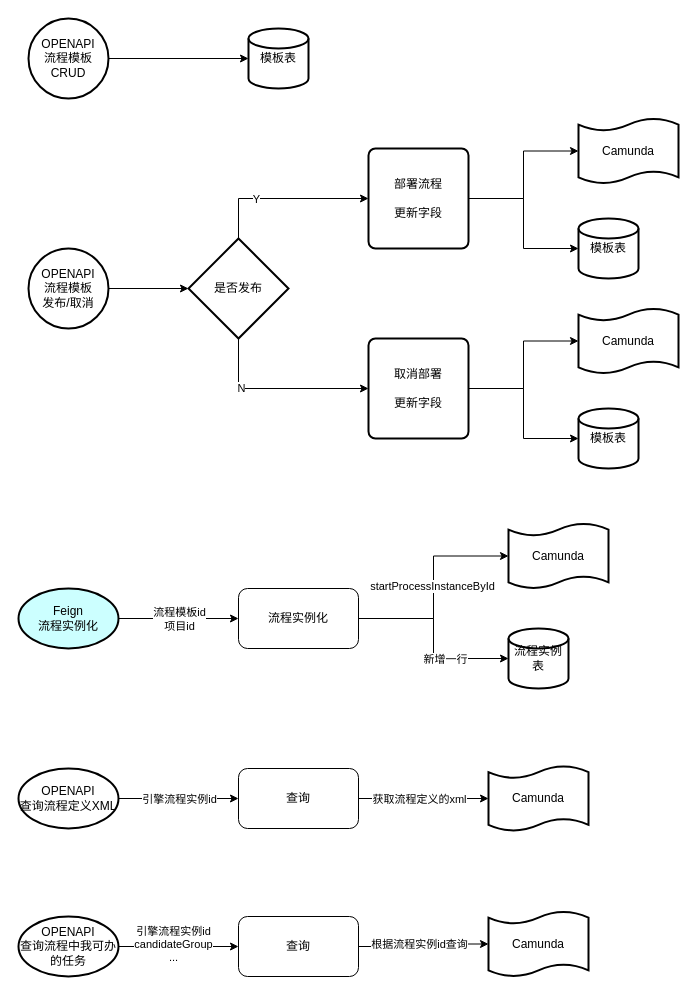
icodegarden/drawio keeps this draw.io diagram as geely/ssp/ssp-workflow/流程模板.drawio. Above is the earlier version. Source tidied: cells renumbered, new cells numbered last; positions are measured from the earlier drawing's top-left corner, leaving out a move shared by most shapes. Both pictures are drawn from the tidied source at 100%, with x=0, y=0 at pixel (18, 18).
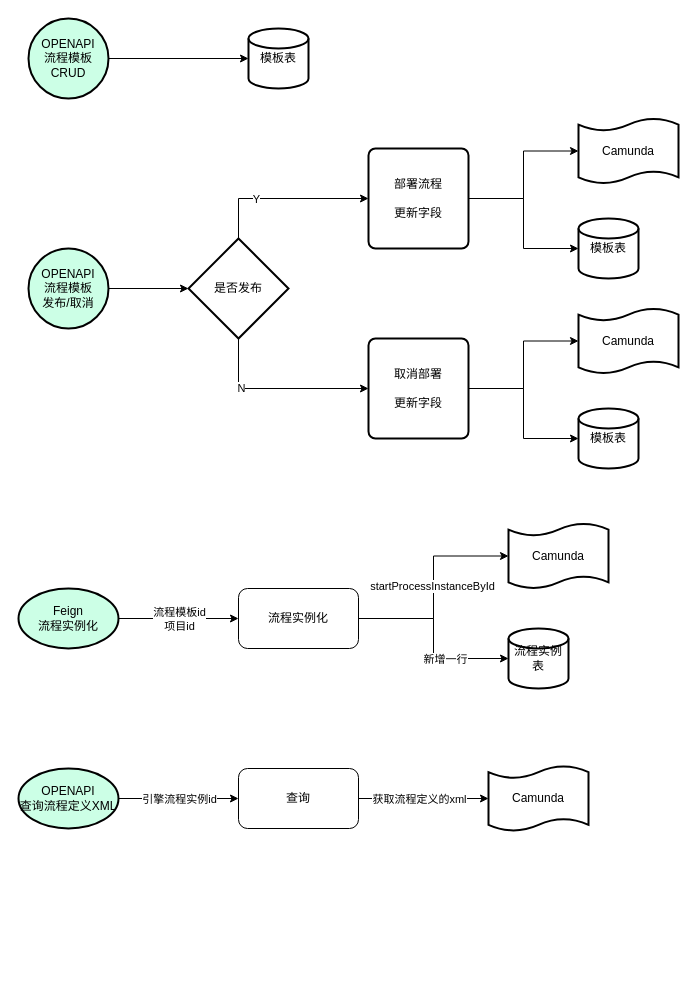
The same diagram, later.

Commit message:
更新流程模板.drawio

Diff of the diagram source:
```diff
@@
-    <mxCell id="2" value="&lt;div&gt;OPENAPI&lt;/div&gt;流程模板CRUD" style="strokeWidth=2;html=1;shape=mxgraph.flowchart.start_2;whiteSpace=wrap;" parent="1" vertex="1">
+    <mxCell id="2" value="&lt;div&gt;OPENAPI&lt;/div&gt;流程模板CRUD" style="strokeWidth=2;html=1;shape=mxgraph.flowchart.start_2;whiteSpace=wrap;fillColor=#CCFFE6;" parent="1" vertex="1">
       <mxGeometry x="10" width="80" height="80" as="geometry" />
     </mxCell>
@@
-    <mxCell id="6" value="&lt;div&gt;OPENAPI&lt;/div&gt;流程模板&lt;div&gt;发布/取消&lt;/div&gt;" style="strokeWidth=2;html=1;shape=mxgraph.flowchart.start_2;whiteSpace=wrap;" parent="1" vertex="1">
+    <mxCell id="6" value="&lt;div&gt;OPENAPI&lt;/div&gt;流程模板&lt;div&gt;发布/取消&lt;/div&gt;" style="strokeWidth=2;html=1;shape=mxgraph.flowchart.start_2;whiteSpace=wrap;fillColor=#CCFFE6;" parent="1" vertex="1">
       <mxGeometry x="10" y="230" width="80" height="80" as="geometry" />
     </mxCell>
@@
-    <mxCell id="24" value="Feign&lt;div&gt;流程&lt;span style=&quot;background-color: initial;&quot;&gt;实例化&lt;/span&gt;&lt;/div&gt;" style="strokeWidth=2;html=1;shape=mxgraph.flowchart.start_1;whiteSpace=wrap;fillColor=#CCFFFF;" parent="1" vertex="1">
+    <mxCell id="24" value="Feign&lt;div&gt;流程&lt;span style=&quot;background-color: initial;&quot;&gt;实例化&lt;/span&gt;&lt;/div&gt;" style="strokeWidth=2;html=1;shape=mxgraph.flowchart.start_1;whiteSpace=wrap;fillColor=#CCFFE6;" parent="1" vertex="1">
       <mxGeometry y="570" width="100" height="60" as="geometry" />
     </mxCell>
@@
-    <mxCell id="34" value="OPENAPI&lt;div&gt;查询流程定义XML&lt;br&gt;&lt;/div&gt;" style="strokeWidth=2;html=1;shape=mxgraph.flowchart.start_1;whiteSpace=wrap;" parent="1" vertex="1">
+    <mxCell id="34" value="OPENAPI&lt;div&gt;查询流程定义XML&lt;br&gt;&lt;/div&gt;" style="strokeWidth=2;html=1;shape=mxgraph.flowchart.start_1;whiteSpace=wrap;fillColor=#CCFFE6;" parent="1" vertex="1">
       <mxGeometry y="750" width="100" height="60" as="geometry" />
     </mxCell>
@@
-    <mxCell id="39" style="edgeStyle=orthogonalEdgeStyle;rounded=0;jettySize=auto;html=1;" parent="1" edge="1" source="41" target="42">
-      <mxGeometry relative="1" as="geometry" />
-    </mxCell>
-    <mxCell id="40" value="引擎流程实例id&lt;div&gt;candidateGroup&lt;/div&gt;&lt;div&gt;...&lt;/div&gt;" style="edgeLabel;html=1;align=center;verticalAlign=middle;" parent="39" vertex="1">
-      <mxGeometry x="-0.1" y="3" relative="1" as="geometry" />
-    </mxCell>
-    <mxCell id="41" value="OPENAPI&lt;div&gt;查询流程中我可办的任务&lt;br&gt;&lt;/div&gt;" style="strokeWidth=2;html=1;shape=mxgraph.flowchart.start_1;whiteSpace=wrap;" parent="1" vertex="1">
-      <mxGeometry y="898" width="100" height="60" as="geometry" />
-    </mxCell>
-    <mxCell id="42" value="查询" style="rounded=1;whiteSpace=wrap;html=1;" parent="1" vertex="1">
-      <mxGeometry x="220" y="898" width="120" height="60" as="geometry" />
-    </mxCell>
-    <mxCell id="43" value="Camunda" style="shape=tape;whiteSpace=wrap;html=1;strokeWidth=2;size=0.19;" parent="1" vertex="1">
-      <mxGeometry x="470" y="893" width="100" height="65" as="geometry" />
-    </mxCell>
-    <mxCell id="44" style="edgeStyle=orthogonalEdgeStyle;rounded=0;jettySize=auto;html=1;entryX=0;entryY=0.5;entryDx=0;entryDy=0;entryPerimeter=0;" parent="1" edge="1" source="42" target="43">
-      <mxGeometry relative="1" as="geometry" />
-    </mxCell>
-    <mxCell id="45" value="根据流程实例id查询" style="edgeLabel;html=1;align=center;verticalAlign=middle;" parent="44" vertex="1">
-      <mxGeometry x="0.16" relative="1" as="geometry">
-        <mxPoint x="-14" as="offset" />
-      </mxGeometry>
-    </mxCell>
```
